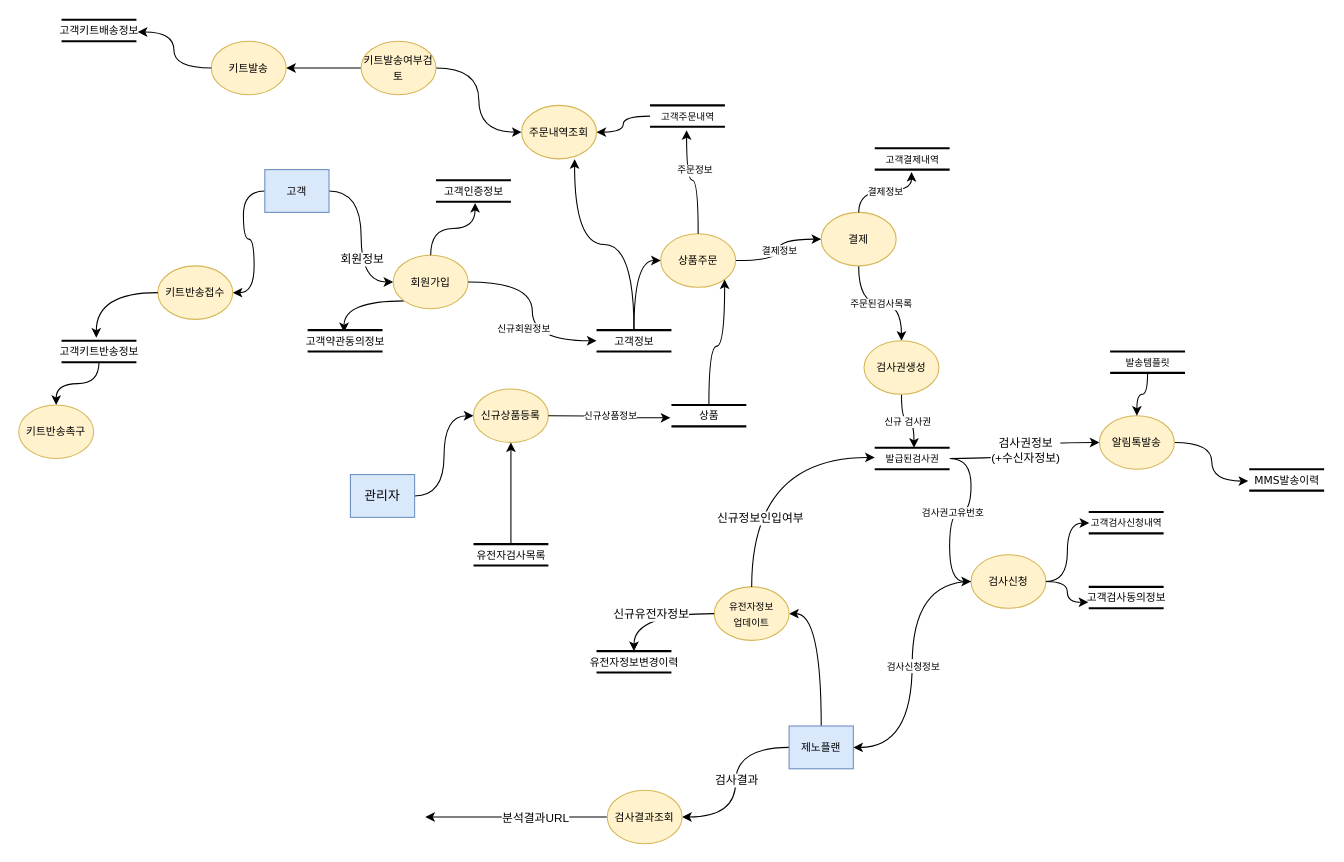
This is DFD_제노플랜.drawio from k3srpn/Architecture, a draw.io file, before an edit. Source tidied: cells renumbered, new cells numbered last; positions are measured from the earlier drawing's top-left corner, leaving out a move shared by most shapes. Both pictures are drawn from the tidied source at 107%, with x=0, y=0 at pixel (18, 19).
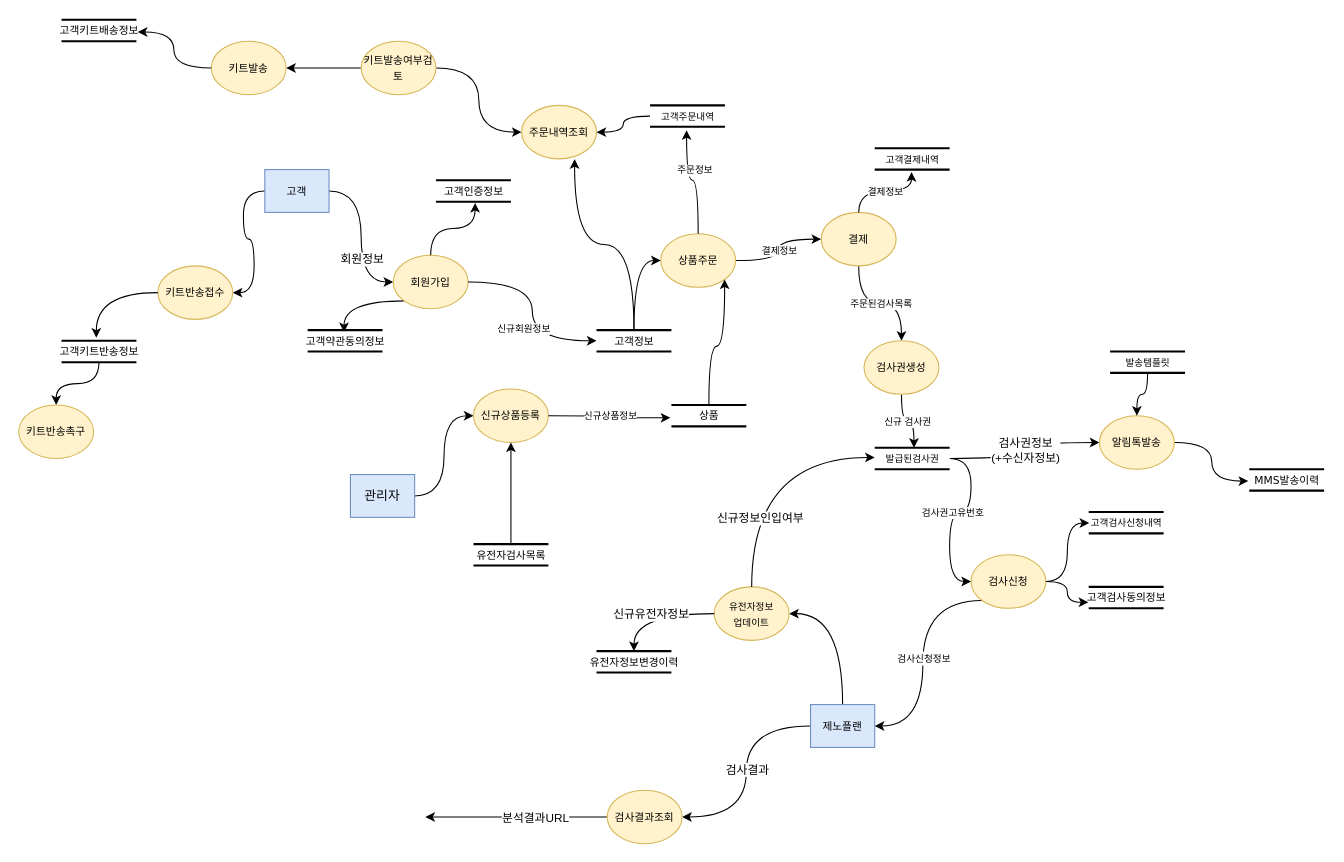
The same page after the edit.

Commit message:
화살표 위치 수정

Unchanged cells that the change refers to:
```xml
<mxCell id="5" value="&lt;font style=&quot;font-size: 10px;&quot;&gt;검사신청&lt;/font&gt;" style="ellipse;whiteSpace=wrap;html=1;rounded=1;shadow=0;comic=0;labelBackgroundColor=none;strokeWidth=1;fontFamily=Verdana;fontSize=12;align=center;fillColor=#fff2cc;strokeColor=#d6b656;" parent="1" vertex="1">
  <mxGeometry x="890" y="500" width="70" height="50" as="geometry" />
</mxCell>
```

What changed in the source:
```diff
@@
-    <mxCell id="3" style="edgeStyle=orthogonalEdgeStyle;rounded=0;jettySize=auto;html=1;curved=1;entryX=1;entryY=0.5;entryDx=0;entryDy=0;" parent="1" edge="1" source="5" target="19">
+    <mxCell id="3" style="edgeStyle=orthogonalEdgeStyle;rounded=0;jettySize=auto;html=1;curved=1;entryX=1;entryY=0.5;entryDx=0;entryDy=0;exitX=0;exitY=1;exitDx=0;exitDy=0;" parent="1" edge="1" source="5" target="19">
       <mxGeometry relative="1" as="geometry" />
     </mxCell>
@@
     <mxCell id="19" value="&lt;span style=&quot;font-size: 10px;&quot;&gt;제노플랜&lt;/span&gt;" style="rounded=0;whiteSpace=wrap;html=1;fillColor=#dae8fc;strokeColor=#6c8ebf;" parent="1" vertex="1">
-      <mxGeometry x="720" y="660" width="60" height="40" as="geometry" />
+      <mxGeometry x="740" y="640" width="60" height="40" as="geometry" />
     </mxCell>
```
